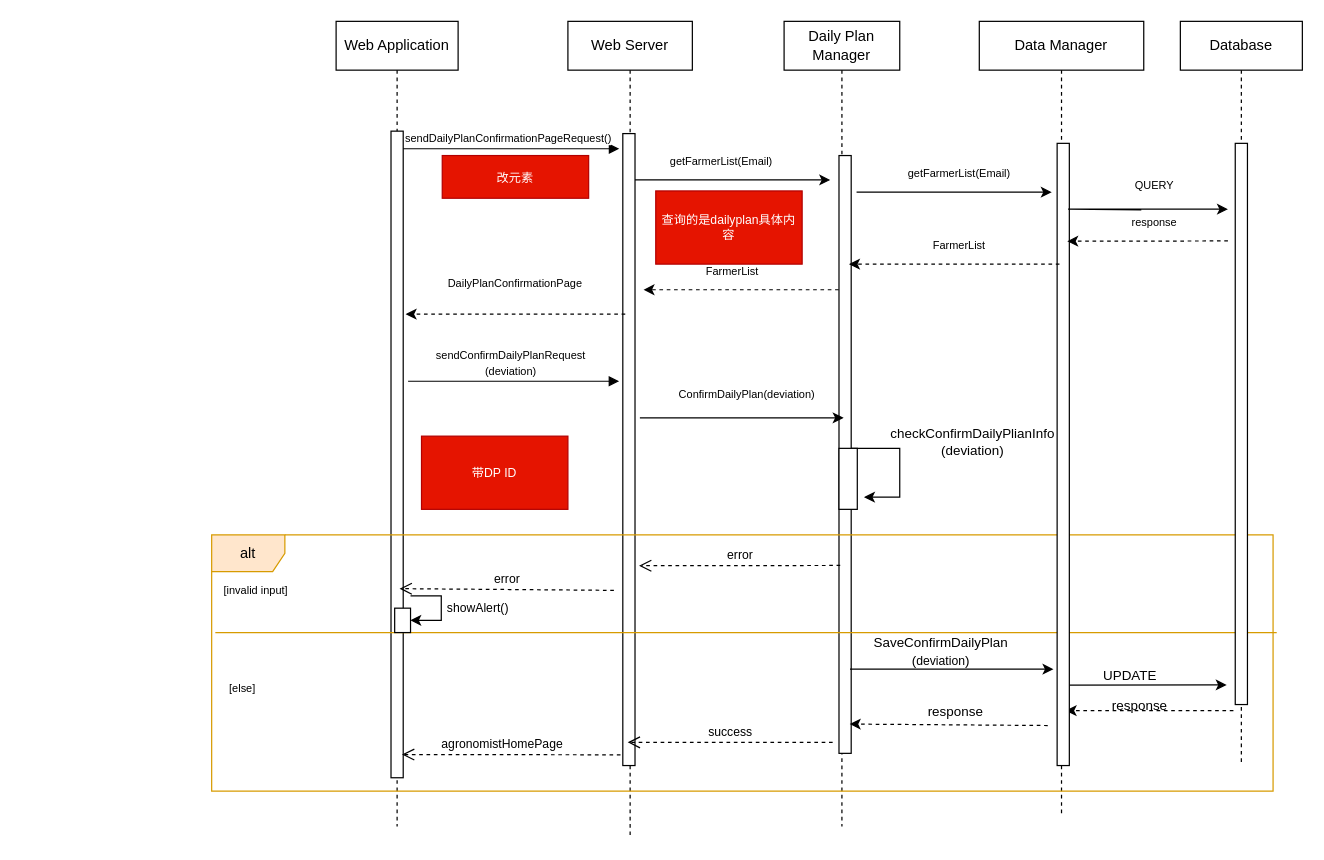
ictar/DREAM-SE2-Project-2022 keeps this draw.io diagram as page "A-Confirm-UC5" (5 of 18) of DD/UML/Runtime.drawio. Above is the earlier version. Source tidied: cells renumbered, new cells numbered last; positions are measured from the earlier drawing's top-left corner, leaving out a move shared by most shapes. Both pictures are drawn from the tidied source at 122%, with x=0, y=0 at pixel (190, 21).
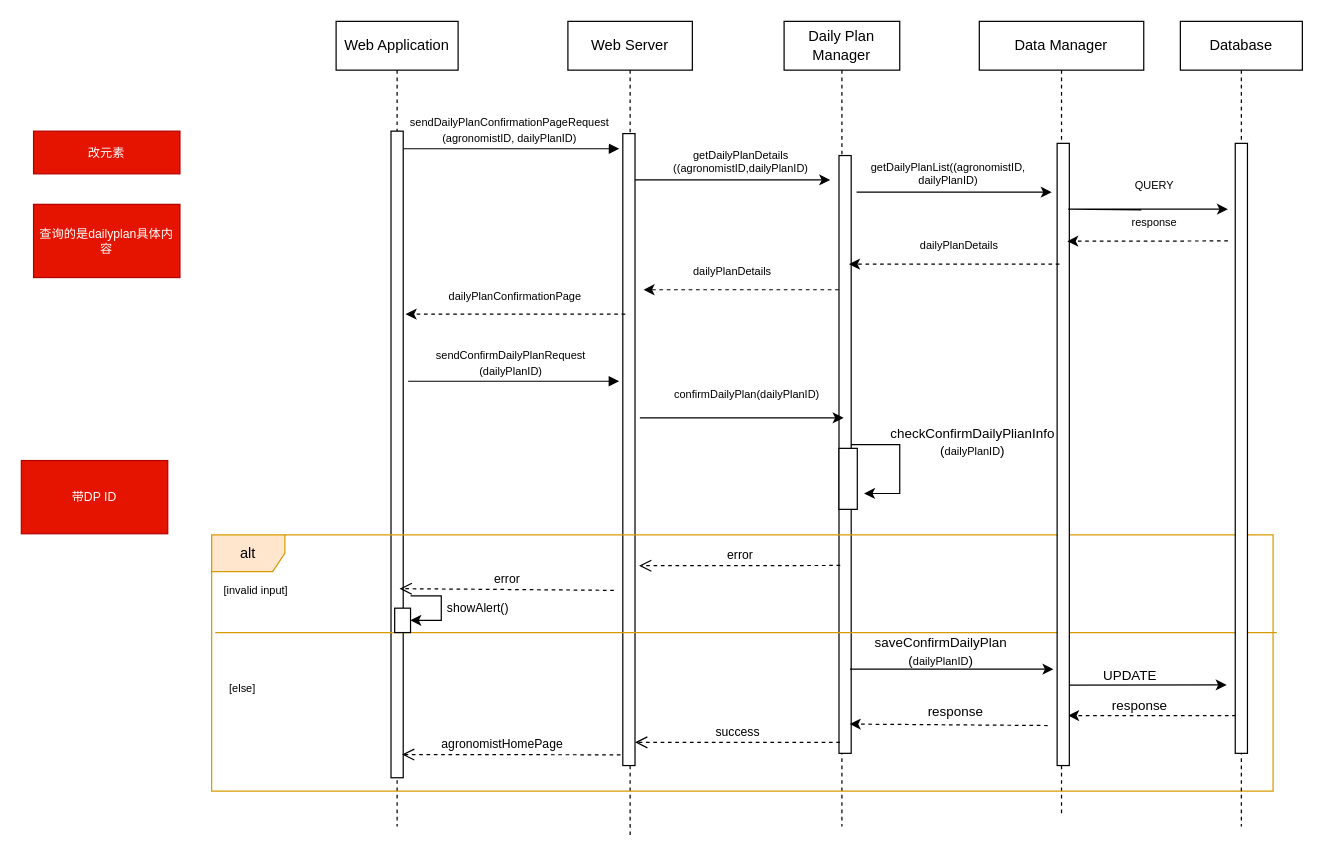
After the change.

Unchanged cells that the change refers to:
```xml
<mxCell id="3" value="Web Server" style="shape=umlLifeline;perimeter=lifelinePerimeter;whiteSpace=wrap;html=1;" parent="1" vertex="1">
  <mxGeometry x="309" width="102" height="670" as="geometry" />
</mxCell>
<mxCell id="4" style="html=1;points=[];perimeter=orthogonalPerimeter;" parent="3" vertex="1">
  <mxGeometry x="45" y="92" width="10" height="518" as="geometry" />
</mxCell>
<mxCell id="6" style="html=1;points=[];perimeter=orthogonalPerimeter;" parent="1" vertex="1">
  <mxGeometry x="164" y="90" width="10" height="530" as="geometry" />
</mxCell>
<mxCell id="10" value="&lt;span&gt;Daily Plan Manager&lt;/span&gt;" style="shape=umlLifeline;perimeter=lifelinePerimeter;whiteSpace=wrap;html=1;" parent="1" vertex="1">
  <mxGeometry x="486.2" width="94.8" height="660" as="geometry" />
</mxCell>
```

Change to the diagram source:
```diff
@@
-    <mxCell id="5" value="改元素" style="rounded=0;whiteSpace=wrap;html=1;fontSize=10;fillColor=#e51400;fontColor=#ffffff;strokeColor=#B20000;" parent="3" vertex="1">
-      <mxGeometry x="-103" y="110" width="120" height="35" as="geometry" />
-    </mxCell>
@@
-    <mxCell id="8" value="&lt;div&gt;&lt;span style=&quot;font-size: 9px&quot;&gt;send&lt;/span&gt;&lt;span style=&quot;font-family: &amp;#34;helvetica&amp;#34; ; font-size: 9px&quot;&gt;DailyPlanConfirmationPage&lt;/span&gt;&lt;span style=&quot;font-size: 9px&quot;&gt;Request&lt;/span&gt;&lt;span style=&quot;font-size: 9px&quot;&gt;(&lt;/span&gt;&lt;span style=&quot;font-size: 9px&quot;&gt;)&lt;/span&gt;&lt;/div&gt;" style="html=1;verticalAlign=bottom;endArrow=block;rounded=0;align=center;entryX=-0.29;entryY=0.024;entryDx=0;entryDy=0;entryPerimeter=0;" parent="1" edge="1" source="6" target="4">
-      <mxGeometry x="-0.03" relative="1" as="geometry" />
+    <mxCell id="8" value="&lt;div&gt;&lt;span style=&quot;font-size: 9px&quot;&gt;send&lt;/span&gt;&lt;span style=&quot;font-family: &amp;#34;helvetica&amp;#34; ; font-size: 9px&quot;&gt;DailyPlanConfirmationPage&lt;/span&gt;&lt;span style=&quot;font-size: 9px&quot;&gt;Request&lt;/span&gt;&lt;/div&gt;&lt;div&gt;&lt;span style=&quot;font-size: 9px&quot;&gt;(agronomistID, dailyPlanID)&lt;/span&gt;&lt;/div&gt;" style="html=1;verticalAlign=bottom;endArrow=block;rounded=0;align=center;entryX=-0.29;entryY=0.024;entryDx=0;entryDy=0;entryPerimeter=0;" parent="1" edge="1" source="6" target="4">
+      <mxGeometry x="-0.02" relative="1" as="geometry" />
     </mxCell>
-    <mxCell id="9" value="&lt;span style=&quot;font-family: &amp;#34;helvetica&amp;#34; ; font-size: 9px ; background-color: rgb(255 , 255 , 255)&quot;&gt;DailyPlan&lt;/span&gt;&lt;span style=&quot;font-family: &amp;#34;helvetica&amp;#34; ; font-size: 9px ; background-color: rgb(255 , 255 , 255)&quot;&gt;Confirmation&lt;/span&gt;&lt;span style=&quot;font-family: &amp;#34;helvetica&amp;#34; ; font-size: 9px ; background-color: rgb(255 , 255 , 255)&quot;&gt;Page&lt;/span&gt;" style="text;html=1;strokeColor=none;fillColor=none;align=center;verticalAlign=middle;whiteSpace=wrap;rounded=0;fontSize=11;" parent="1" vertex="1">
-      <mxGeometry x="211" y="199" width="110" height="30" as="geometry" />
+    <mxCell id="9" value="&lt;span style=&quot;font-family: &amp;#34;helvetica&amp;#34; ; font-size: 9px ; background-color: rgb(255 , 255 , 255)&quot;&gt;dailyPlan&lt;/span&gt;&lt;span style=&quot;font-family: &amp;#34;helvetica&amp;#34; ; font-size: 9px ; background-color: rgb(255 , 255 , 255)&quot;&gt;Confirmation&lt;/span&gt;&lt;span style=&quot;font-family: &amp;#34;helvetica&amp;#34; ; font-size: 9px ; background-color: rgb(255 , 255 , 255)&quot;&gt;Page&lt;/span&gt;" style="text;html=1;strokeColor=none;fillColor=none;align=center;verticalAlign=middle;whiteSpace=wrap;rounded=0;fontSize=11;" parent="1" vertex="1">
+      <mxGeometry x="211" y="210" width="110" height="30" as="geometry" />
     </mxCell>
@@
     <mxCell id="16" style="endArrow=classic;html=1;rounded=0;dashed=1;exitX=-0.055;exitY=0.851;exitDx=0;exitDy=0;exitPerimeter=0;" parent="10" edge="1">
       <mxGeometry relative="1" as="geometry">
-        <mxPoint x="368.3" y="565" as="sourcePoint" />
-        <mxPoint x="230.8" y="565" as="targetPoint" />
+        <mxPoint x="370.3" y="569" as="sourcePoint" />
+        <mxPoint x="232.8" y="569" as="targetPoint" />
       </mxGeometry>
     </mxCell>
@@
     <mxCell id="22" value="&lt;font style=&quot;font-size: 10px&quot;&gt;success&lt;/font&gt;" style="html=1;verticalAlign=bottom;endArrow=open;dashed=1;endSize=8;rounded=0;" parent="10" edge="1">
       <mxGeometry relative="1" as="geometry">
-        <mxPoint x="39.8" y="591" as="sourcePoint" />
-        <mxPoint x="-128.2" y="591" as="targetPoint" />
+        <mxPoint x="45.8" y="591" as="sourcePoint" />
+        <mxPoint x="-122.2" y="591" as="targetPoint" />
       </mxGeometry>
     </mxCell>
-    <mxCell id="23" value="&lt;font style=&quot;font-size: 11px&quot;&gt;SaveConfirmDailyPlan&lt;br&gt;(&lt;/font&gt;&lt;font style=&quot;background-color: rgb(255 , 255 , 255)&quot; size=&quot;1&quot;&gt;deviation&lt;/font&gt;&lt;span style=&quot;font-size: 11px&quot;&gt;)&lt;/span&gt;" style="text;html=1;strokeColor=none;fillColor=none;align=center;verticalAlign=middle;whiteSpace=wrap;rounded=0;" parent="10" vertex="1">
+    <mxCell id="23" value="&lt;font&gt;&lt;span style=&quot;font-size: 11px&quot;&gt;saveConfirmDailyPlan&lt;/span&gt;&lt;br&gt;&lt;span style=&quot;font-size: 11px&quot;&gt;(&lt;/span&gt;&lt;span style=&quot;font-size: 9px ; background-color: rgb(255 , 255 , 255)&quot;&gt;dailyPlanID&lt;/span&gt;&lt;/font&gt;&lt;span style=&quot;font-size: 11px&quot;&gt;)&lt;/span&gt;" style="text;html=1;strokeColor=none;fillColor=none;align=center;verticalAlign=middle;whiteSpace=wrap;rounded=0;" parent="10" vertex="1">
       <mxGeometry x="99" y="501" width="60" height="30" as="geometry" />
     </mxCell>
@@
     <mxCell id="26" style="endArrow=classic;html=1;rounded=0;fontSize=11;strokeColor=#000000;entryX=1;entryY=0.5;entryDx=0;entryDy=0;" parent="10" edge="1">
       <mxGeometry relative="1" as="geometry">
-        <mxPoint x="54.8" y="350" as="sourcePoint" />
-        <mxPoint x="65.5" y="390" as="targetPoint" />
+        <mxPoint x="54.8" y="347" as="sourcePoint" />
+        <mxPoint x="65.5" y="387" as="targetPoint" />
         <Array as="points">
-          <mxPoint x="94.8" y="350" />
-          <mxPoint x="94.8" y="390" />
+          <mxPoint x="94.8" y="347" />
+          <mxPoint x="94.8" y="387" />
         </Array>
       </mxGeometry>
     </mxCell>
@@
-    <mxCell id="31" value="&lt;div&gt;&lt;span style=&quot;font-size: 9px&quot;&gt;sendConfirmDailyPlanRequest&lt;/span&gt;&lt;/div&gt;&lt;div&gt;&lt;span style=&quot;font-size: 9px&quot;&gt;(deviation&lt;/span&gt;&lt;span style=&quot;font-size: 9px&quot;&gt;)&lt;/span&gt;&lt;/div&gt;" style="html=1;verticalAlign=bottom;endArrow=block;rounded=0;align=center;" parent="10" edge="1">
+    <mxCell id="31" value="&lt;div&gt;&lt;span style=&quot;font-size: 9px&quot;&gt;sendConfirmDailyPlanRequest&lt;/span&gt;&lt;/div&gt;&lt;div&gt;&lt;span style=&quot;font-size: 9px&quot;&gt;(dailyPlanID&lt;/span&gt;&lt;span style=&quot;font-size: 9px&quot;&gt;)&lt;/span&gt;&lt;/div&gt;" style="html=1;verticalAlign=bottom;endArrow=block;rounded=0;align=center;" parent="10" edge="1">
       <mxGeometry x="-0.03" relative="1" as="geometry">
         <mxPoint x="-308.2" y="295" as="sourcePoint" />
         <mxPoint x="-135.2" y="295" as="targetPoint" />
         <Array as="points">
           <mxPoint x="-211.2" y="295" />
         </Array>
       </mxGeometry>
     </mxCell>
@@
-    <mxCell id="34" value="&lt;span style=&quot;font-size: 9px ; background-color: rgb(255 , 255 , 255)&quot;&gt;ConfirmDailyPlan(deviation&lt;/span&gt;&lt;span style=&quot;background-color: rgb(255 , 255 , 255) ; font-size: 9px&quot;&gt;)&lt;/span&gt;" style="text;html=1;strokeColor=none;fillColor=none;align=center;verticalAlign=middle;whiteSpace=wrap;rounded=0;" parent="10" vertex="1">
+    <mxCell id="34" value="&lt;span style=&quot;font-size: 9px ; background-color: rgb(255 , 255 , 255)&quot;&gt;confirmDailyPlan(&lt;/span&gt;&lt;span style=&quot;font-size: 9px ; background-color: rgb(255 , 255 , 255)&quot;&gt;dailyPlanID&lt;/span&gt;&lt;span style=&quot;background-color: rgb(255 , 255 , 255) ; font-size: 9px&quot;&gt;)&lt;/span&gt;" style="text;html=1;strokeColor=none;fillColor=none;align=center;verticalAlign=middle;whiteSpace=wrap;rounded=0;" parent="10" vertex="1">
       <mxGeometry x="-60" y="290" width="60" height="30" as="geometry" />
     </mxCell>
-    <mxCell id="35" value="checkConfirmDailyPlianInfo&lt;br&gt;(deviation)" style="text;html=1;strokeColor=none;fillColor=none;align=center;verticalAlign=middle;whiteSpace=wrap;rounded=0;labelBackgroundColor=none;fontSize=11;" parent="10" vertex="1">
+    <mxCell id="35" value="checkConfirmDailyPlianInfo&lt;br&gt;(&lt;span style=&quot;font-size: 9px ; background-color: rgb(255 , 255 , 255)&quot;&gt;dailyPlanID&lt;/span&gt;)" style="text;html=1;strokeColor=none;fillColor=none;align=center;verticalAlign=middle;whiteSpace=wrap;rounded=0;labelBackgroundColor=none;fontSize=11;" parent="10" vertex="1">
       <mxGeometry x="124.8" y="330" width="60" height="30" as="geometry" />
     </mxCell>
@@
-    <mxCell id="38" value="查询的是dailyplan具体内容" style="rounded=0;whiteSpace=wrap;html=1;fontSize=10;fillColor=#e51400;fontColor=#ffffff;strokeColor=#B20000;" parent="10" vertex="1">
-      <mxGeometry x="-105.2" y="139" width="120" height="60" as="geometry" />
-    </mxCell>
     <mxCell id="39" value="Database" style="shape=umlLifeline;perimeter=lifelinePerimeter;whiteSpace=wrap;html=1;" parent="1" vertex="1">
-      <mxGeometry x="811" width="100" height="610" as="geometry" />
+      <mxGeometry x="811" width="100" height="660" as="geometry" />
     </mxCell>
     <mxCell id="40" style="rounded=0;whiteSpace=wrap;html=1;" parent="1" vertex="1">
-      <mxGeometry x="856" y="100" width="10" height="460" as="geometry" />
+      <mxGeometry x="856" y="100" width="10" height="500" as="geometry" />
     </mxCell>
@@
-    <mxCell id="42" value="getFarmerList(Email)" style="text;html=1;strokeColor=none;fillColor=none;align=center;verticalAlign=middle;whiteSpace=wrap;rounded=0;labelBackgroundColor=none;fontFamily=Helvetica;fontSize=9;" parent="1" vertex="1">
-      <mxGeometry x="405" y="100" width="60" height="30" as="geometry" />
+    <mxCell id="42" value="getDailyPlanDetails&lt;br&gt;(&lt;span style=&quot;background-color: rgb(255 , 255 , 255)&quot;&gt;(agronomistID,dailyPlanID&lt;/span&gt;)" style="text;html=1;strokeColor=none;fillColor=none;align=center;verticalAlign=middle;whiteSpace=wrap;rounded=0;labelBackgroundColor=none;fontFamily=Helvetica;fontSize=9;" parent="1" vertex="1">
+      <mxGeometry x="401" y="100" width="100" height="30" as="geometry" />
     </mxCell>
@@
-    <mxCell id="51" value="getFarmerList(Email)" style="text;html=1;strokeColor=none;fillColor=none;align=center;verticalAlign=middle;whiteSpace=wrap;rounded=0;labelBackgroundColor=none;fontFamily=Helvetica;fontSize=9;" parent="1" vertex="1">
-      <mxGeometry x="600" y="110" width="60" height="30" as="geometry" />
+    <mxCell id="51" value="getDailyPlanList(&lt;span style=&quot;background-color: rgb(255 , 255 , 255)&quot;&gt;(agronomistID, dailyPlanID&lt;/span&gt;)" style="text;html=1;strokeColor=none;fillColor=none;align=center;verticalAlign=middle;whiteSpace=wrap;rounded=0;labelBackgroundColor=none;fontFamily=Helvetica;fontSize=9;" parent="1" vertex="1">
+      <mxGeometry x="541" y="110" width="160" height="30" as="geometry" />
     </mxCell>
-    <mxCell id="52" value="FarmerList" style="text;html=1;strokeColor=none;fillColor=none;align=center;verticalAlign=middle;whiteSpace=wrap;rounded=0;labelBackgroundColor=none;fontFamily=Helvetica;fontSize=9;" parent="1" vertex="1">
+    <mxCell id="52" value="dailyPlanDetails" style="text;html=1;strokeColor=none;fillColor=none;align=center;verticalAlign=middle;whiteSpace=wrap;rounded=0;labelBackgroundColor=none;fontFamily=Helvetica;fontSize=9;" parent="1" vertex="1">
       <mxGeometry x="600" y="169" width="60" height="30" as="geometry" />
     </mxCell>
-    <mxCell id="53" value="FarmerList" style="text;html=1;strokeColor=none;fillColor=none;align=center;verticalAlign=middle;whiteSpace=wrap;rounded=0;labelBackgroundColor=none;fontFamily=Helvetica;fontSize=9;" parent="1" vertex="1">
+    <mxCell id="53" value="dailyPlanDetails" style="text;html=1;strokeColor=none;fillColor=none;align=center;verticalAlign=middle;whiteSpace=wrap;rounded=0;labelBackgroundColor=none;fontFamily=Helvetica;fontSize=9;" parent="1" vertex="1">
       <mxGeometry x="414" y="190" width="60" height="30" as="geometry" />
     </mxCell>
     <mxCell id="54" value="带DP ID" style="rounded=0;whiteSpace=wrap;html=1;fontSize=10;fillColor=#e51400;fontColor=#ffffff;strokeColor=#B20000;" parent="1" vertex="1">
-      <mxGeometry x="189" y="340" width="120" height="60" as="geometry" />
+      <mxGeometry x="-139" y="360" width="120" height="60" as="geometry" />
     </mxCell>
+    <mxCell id="5" value="改元素" style="rounded=0;whiteSpace=wrap;html=1;fontSize=10;fillColor=#e51400;fontColor=#ffffff;strokeColor=#B20000;" parent="1" vertex="1">
+      <mxGeometry x="-129" y="90" width="120" height="35" as="geometry" />
+    </mxCell>
+    <mxCell id="38" value="查询的是dailyplan具体内容" style="rounded=0;whiteSpace=wrap;html=1;fontSize=10;fillColor=#e51400;fontColor=#ffffff;strokeColor=#B20000;" parent="1" vertex="1">
+      <mxGeometry x="-129" y="150" width="120" height="60" as="geometry" />
+    </mxCell>
```
